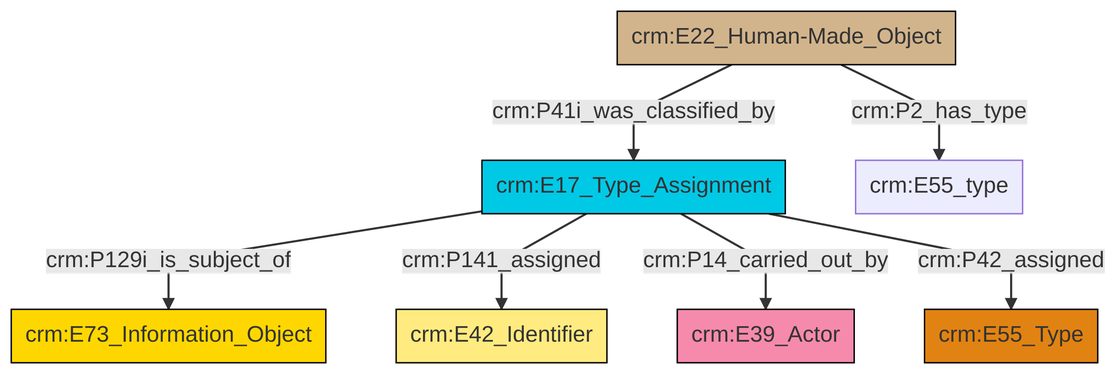
swiss-art-research-net/reference-data-models keeps this Mermaid diagram as et/builtWorkCSV/ttl/mmd/png/Built_Work_designation_status.png. Above is the earlier version. Its source is kept beside it as et/builtWorkCSV/ttl/mmd/Built_Work_designation_status.ttl.mmd.
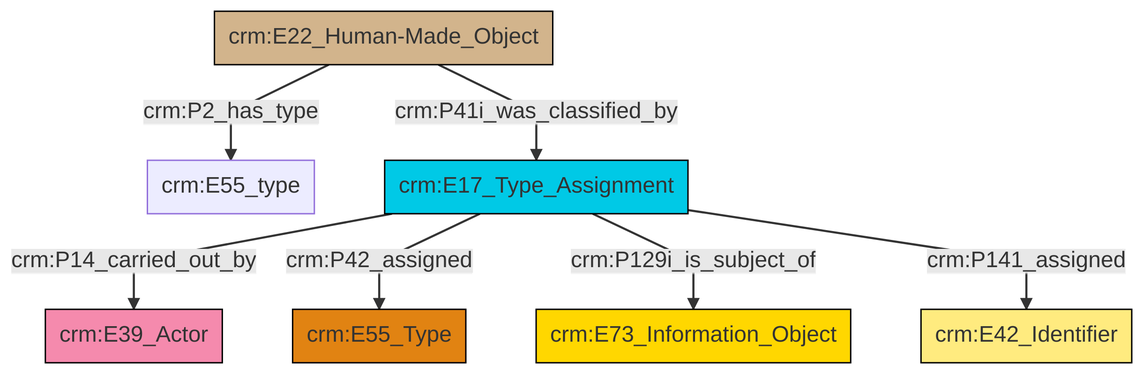
Later version of the same file.

Change to the diagram source:
```diff
@@ -13,9 +13,9 @@
 classDef PC_Classes fill:#4ce600, stroke:#000000;
 classDef Multi fill:#cccccc,stroke:#000000;
 
-0["crm:E22_Human-Made_Object"]:::Physical_Thing -->|crm:P41i_was_classified_by| 4["crm:E17_Type_Assignment"]:::Temporal_Entity
-4["crm:E17_Type_Assignment"]:::Temporal_Entity -->|crm:P129i_is_subject_of| 2["crm:E73_Information_Object"]:::Conceptual_Object
-0["crm:E22_Human-Made_Object"]:::Physical_Thing -->|crm:P2_has_type| 5["crm:E55_type"]:::Default
-4["crm:E17_Type_Assignment"]:::Temporal_Entity -->|crm:P141_assigned| 6["crm:E42_Identifier"]:::Appellation
-4["crm:E17_Type_Assignment"]:::Temporal_Entity -->|crm:P14_carried_out_by| 7["crm:E39_Actor"]:::Actor
-4["crm:E17_Type_Assignment"]:::Temporal_Entity -->|crm:P42_assigned| 9["crm:E55_Type"]:::Type
+4["crm:E22_Human-Made_Object"]:::Physical_Thing -->|crm:P41i_was_classified_by| 5["crm:E17_Type_Assignment"]:::Temporal_Entity
+5["crm:E17_Type_Assignment"]:::Temporal_Entity -->|crm:P14_carried_out_by| 9["crm:E39_Actor"]:::Actor
+5["crm:E17_Type_Assignment"]:::Temporal_Entity -->|crm:P42_assigned| 10["crm:E55_Type"]:::Type
+5["crm:E17_Type_Assignment"]:::Temporal_Entity -->|crm:P129i_is_subject_of| 2["crm:E73_Information_Object"]:::Conceptual_Object
+5["crm:E17_Type_Assignment"]:::Temporal_Entity -->|crm:P141_assigned| 7["crm:E42_Identifier"]:::Appellation
+4["crm:E22_Human-Made_Object"]:::Physical_Thing -->|crm:P2_has_type| 0["crm:E55_type"]:::Default
```
